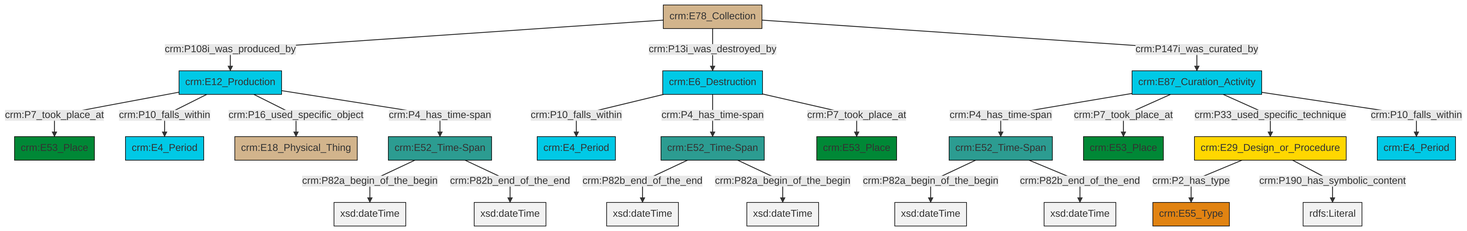
swiss-art-research-net/docs.swissartresearch keeps this Mermaid diagram as et/archivalCSV/ttl/mmd/png/archival_existence.png. Above is the earlier version. Its source is kept beside it as et/archivalCSV/ttl/mmd/archival_existence.ttl.mmd.
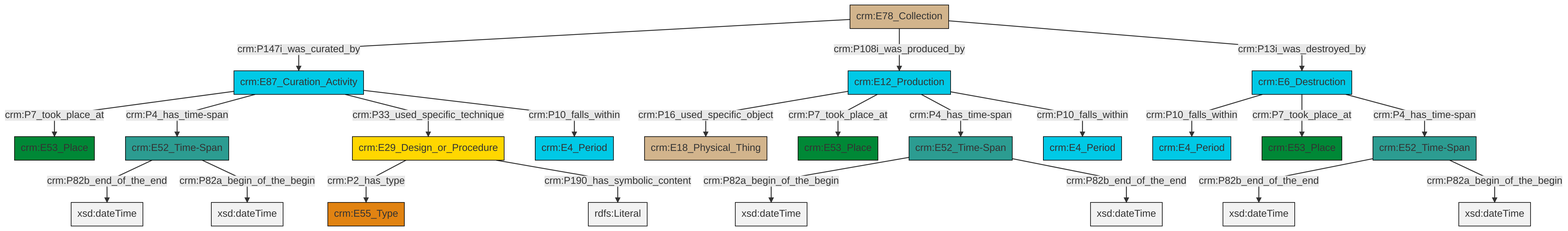
After the commit.

What changed in the source:
```diff
@@ -13,25 +13,25 @@
 classDef PC_Classes fill:#4ce600, stroke:#000000;
 classDef Multi fill:#cccccc,stroke:#000000;
 
-0["crm:E52_Time-Span"]:::Time-Span -->|crm:P82b_end_of_the_end| 1[xsd:dateTime]:::Literal
-2["crm:E12_Production"]:::Temporal_Entity -->|crm:P7_took_place_at| 3["crm:E53_Place"]:::Place
-0["crm:E52_Time-Span"]:::Time-Span -->|crm:P82a_begin_of_the_begin| 6[xsd:dateTime]:::Literal
-7["crm:E87_Curation_Activity"]:::Temporal_Entity -->|crm:P4_has_time-span| 8["crm:E52_Time-Span"]:::Time-Span
-9["crm:E29_Design_or_Procedure"]:::Conceptual_Object -->|crm:P2_has_type| 11["crm:E55_Type"]:::Type
-14["crm:E78_Collection"]:::Physical_Thing -->|crm:P108i_was_produced_by| 2["crm:E12_Production"]:::Temporal_Entity
-14["crm:E78_Collection"]:::Physical_Thing -->|crm:P13i_was_destroyed_by| 16["crm:E6_Destruction"]:::Temporal_Entity
-8["crm:E52_Time-Span"]:::Time-Span -->|crm:P82a_begin_of_the_begin| 19[xsd:dateTime]:::Literal
-7["crm:E87_Curation_Activity"]:::Temporal_Entity -->|crm:P7_took_place_at| 17["crm:E53_Place"]:::Place
-22["crm:E52_Time-Span"]:::Time-Span -->|crm:P82a_begin_of_the_begin| 23[xsd:dateTime]:::Literal
-22["crm:E52_Time-Span"]:::Time-Span -->|crm:P82b_end_of_the_end| 25[xsd:dateTime]:::Literal
-8["crm:E52_Time-Span"]:::Time-Span -->|crm:P82b_end_of_the_end| 28[xsd:dateTime]:::Literal
-7["crm:E87_Curation_Activity"]:::Temporal_Entity -->|crm:P33_used_specific_technique| 9["crm:E29_Design_or_Procedure"]:::Conceptual_Object
-16["crm:E6_Destruction"]:::Temporal_Entity -->|crm:P10_falls_within| 29["crm:E4_Period"]:::Temporal_Entity
-9["crm:E29_Design_or_Procedure"]:::Conceptual_Object -->|crm:P190_has_symbolic_content| 30[rdfs:Literal]:::Literal
-7["crm:E87_Curation_Activity"]:::Temporal_Entity -->|crm:P10_falls_within| 12["crm:E4_Period"]:::Temporal_Entity
-2["crm:E12_Production"]:::Temporal_Entity -->|crm:P10_falls_within| 31["crm:E4_Period"]:::Temporal_Entity
-2["crm:E12_Production"]:::Temporal_Entity -->|crm:P16_used_specific_object| 20["crm:E18_Physical_Thing"]:::Physical_Thing
-14["crm:E78_Collection"]:::Physical_Thing -->|crm:P147i_was_curated_by| 7["crm:E87_Curation_Activity"]:::Temporal_Entity
-16["crm:E6_Destruction"]:::Temporal_Entity -->|crm:P4_has_time-span| 0["crm:E52_Time-Span"]:::Time-Span
-2["crm:E12_Production"]:::Temporal_Entity -->|crm:P4_has_time-span| 22["crm:E52_Time-Span"]:::Time-Span
-16["crm:E6_Destruction"]:::Temporal_Entity -->|crm:P7_took_place_at| 4["crm:E53_Place"]:::Place
+2["crm:E29_Design_or_Procedure"]:::Conceptual_Object -->|crm:P2_has_type| 3["crm:E55_Type"]:::Type
+4["crm:E87_Curation_Activity"]:::Temporal_Entity -->|crm:P7_took_place_at| 5["crm:E53_Place"]:::Place
+8["crm:E12_Production"]:::Temporal_Entity -->|crm:P16_used_specific_object| 6["crm:E18_Physical_Thing"]:::Physical_Thing
+9["crm:E52_Time-Span"]:::Time-Span -->|crm:P82a_begin_of_the_begin| 10[xsd:dateTime]:::Literal
+13["crm:E52_Time-Span"]:::Time-Span -->|crm:P82b_end_of_the_end| 14[xsd:dateTime]:::Literal
+9["crm:E52_Time-Span"]:::Time-Span -->|crm:P82b_end_of_the_end| 18[xsd:dateTime]:::Literal
+13["crm:E52_Time-Span"]:::Time-Span -->|crm:P82a_begin_of_the_begin| 20[xsd:dateTime]:::Literal
+21["crm:E78_Collection"]:::Physical_Thing -->|crm:P147i_was_curated_by| 4["crm:E87_Curation_Activity"]:::Temporal_Entity
+22["crm:E6_Destruction"]:::Temporal_Entity -->|crm:P10_falls_within| 23["crm:E4_Period"]:::Temporal_Entity
+8["crm:E12_Production"]:::Temporal_Entity -->|crm:P7_took_place_at| 11["crm:E53_Place"]:::Place
+21["crm:E78_Collection"]:::Physical_Thing -->|crm:P108i_was_produced_by| 8["crm:E12_Production"]:::Temporal_Entity
+8["crm:E12_Production"]:::Temporal_Entity -->|crm:P4_has_time-span| 9["crm:E52_Time-Span"]:::Time-Span
+22["crm:E6_Destruction"]:::Temporal_Entity -->|crm:P7_took_place_at| 24["crm:E53_Place"]:::Place
+8["crm:E12_Production"]:::Temporal_Entity -->|crm:P10_falls_within| 30["crm:E4_Period"]:::Temporal_Entity
+4["crm:E87_Curation_Activity"]:::Temporal_Entity -->|crm:P4_has_time-span| 13["crm:E52_Time-Span"]:::Time-Span
+16["crm:E52_Time-Span"]:::Time-Span -->|crm:P82b_end_of_the_end| 31[xsd:dateTime]:::Literal
+16["crm:E52_Time-Span"]:::Time-Span -->|crm:P82a_begin_of_the_begin| 33[xsd:dateTime]:::Literal
+22["crm:E6_Destruction"]:::Temporal_Entity -->|crm:P4_has_time-span| 16["crm:E52_Time-Span"]:::Time-Span
+2["crm:E29_Design_or_Procedure"]:::Conceptual_Object -->|crm:P190_has_symbolic_content| 35[rdfs:Literal]:::Literal
+21["crm:E78_Collection"]:::Physical_Thing -->|crm:P13i_was_destroyed_by| 22["crm:E6_Destruction"]:::Temporal_Entity
+4["crm:E87_Curation_Activity"]:::Temporal_Entity -->|crm:P33_used_specific_technique| 2["crm:E29_Design_or_Procedure"]:::Conceptual_Object
+4["crm:E87_Curation_Activity"]:::Temporal_Entity -->|crm:P10_falls_within| 0["crm:E4_Period"]:::Temporal_Entity
```
